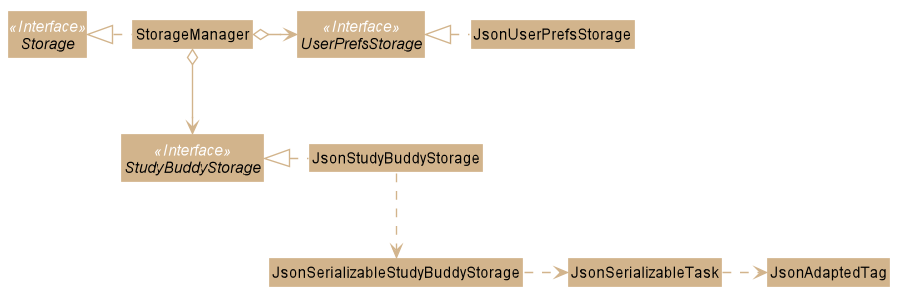
Before: images/StorageClassDiagram.png, a diagram exported from PlantUML (AY1920S2-CS2103T-W16-3/main).
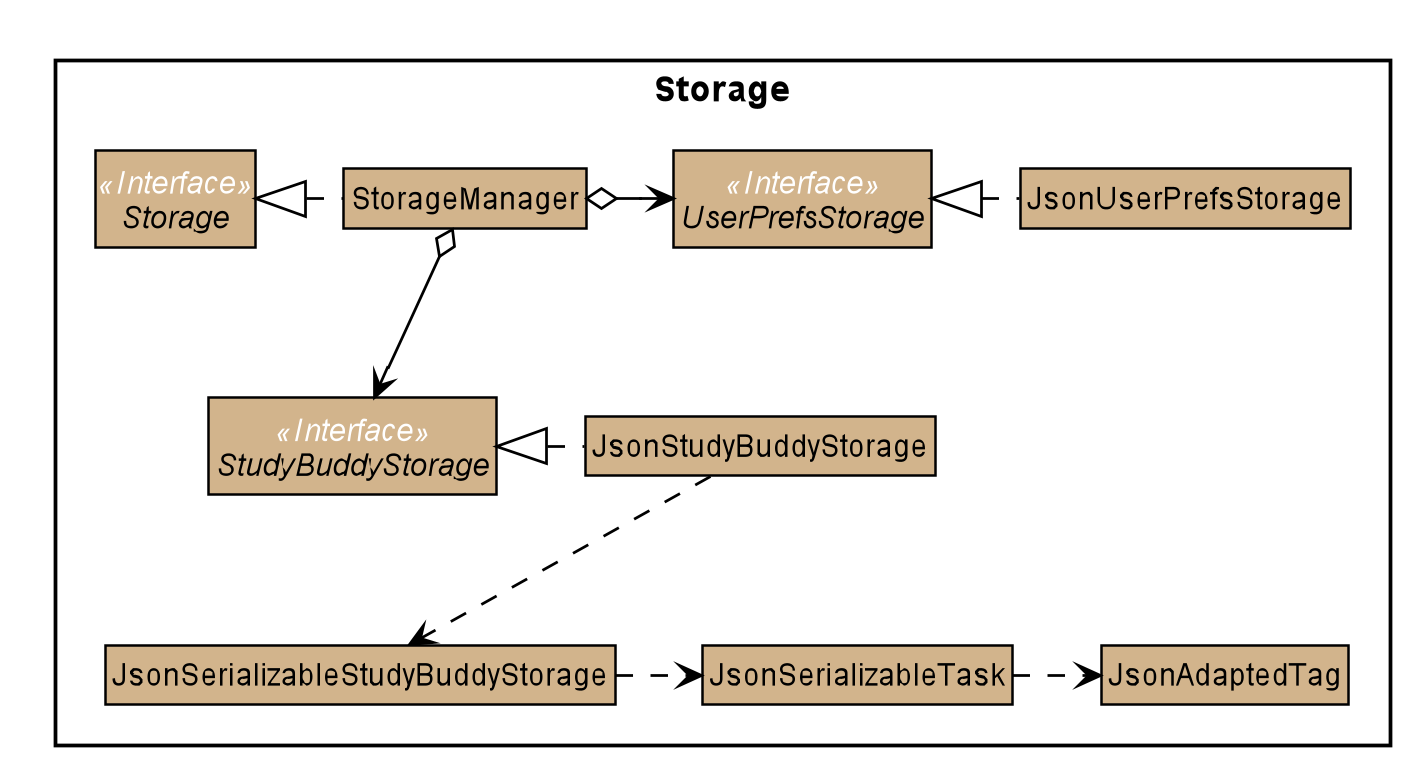
The same diagram one commit later.

What changed in the source:
```diff
@@ -49,9 +49,11 @@
 hide circle
 
 skinparam arrowThickness 1.1
-skinparam arrowColor #D2B48C
+skinparam arrowColor #black
 skinparam classBackgroundColor #D2B48C
+skinparam classBorderColor #black
 
+package Storage {
 Interface Storage <<Interface>>
 Interface UserPrefsStorage <<Interface>>
 Interface StudyBuddyStorage <<Interface>>
@@ -69,5 +71,5 @@
 JsonStudyBuddyStorage .down.> JsonSerializableStudyBuddyStorage
 JsonSerializableStudyBuddyStorage .right.> JsonSerializableTask
 JsonSerializableTask .right.> JsonAdaptedTag
-
+}
 @enduml
```
